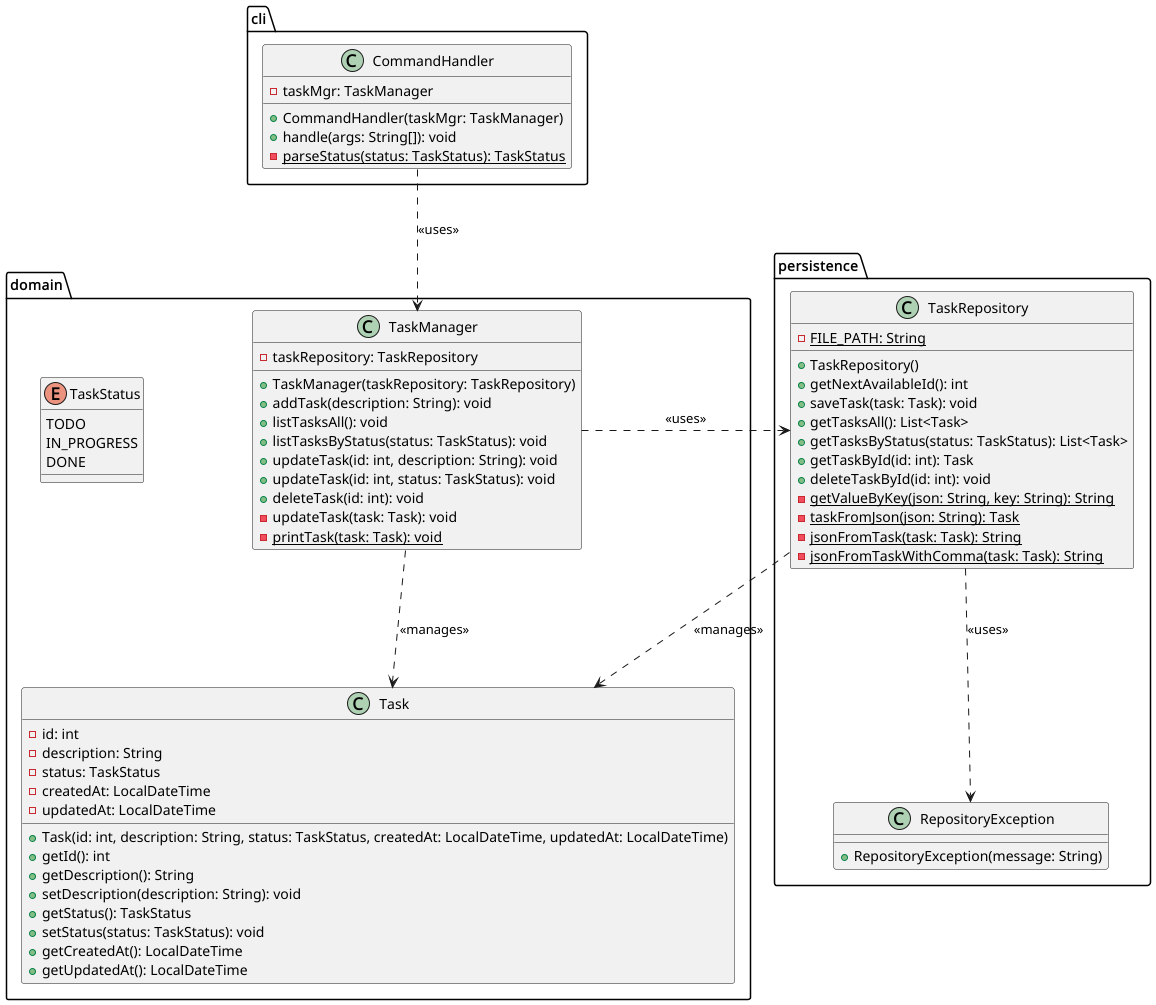
mmistika/task-cli keeps this PlantUML diagram as uml/uml.png. Above is the earlier version.
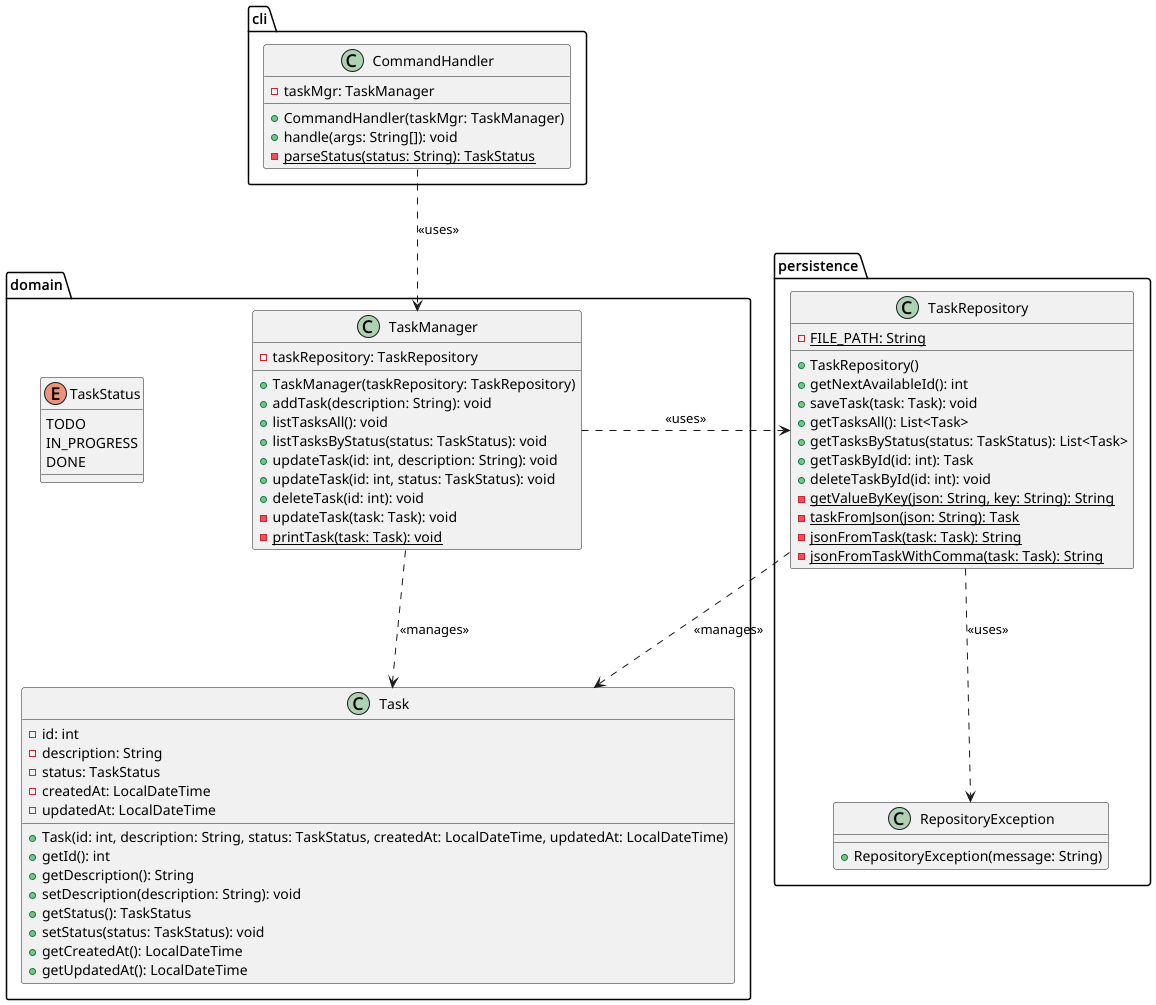
Above is the later version.

Diff of the diagram source:
```diff
@@ -8,7 +8,7 @@
         - taskMgr: TaskManager
         + CommandHandler(taskMgr: TaskManager)
         + handle(args: String[]): void
-        - {static} parseStatus(status: TaskStatus): TaskStatus
+        - {static} parseStatus(status: String): TaskStatus
     }
 }
 
```
